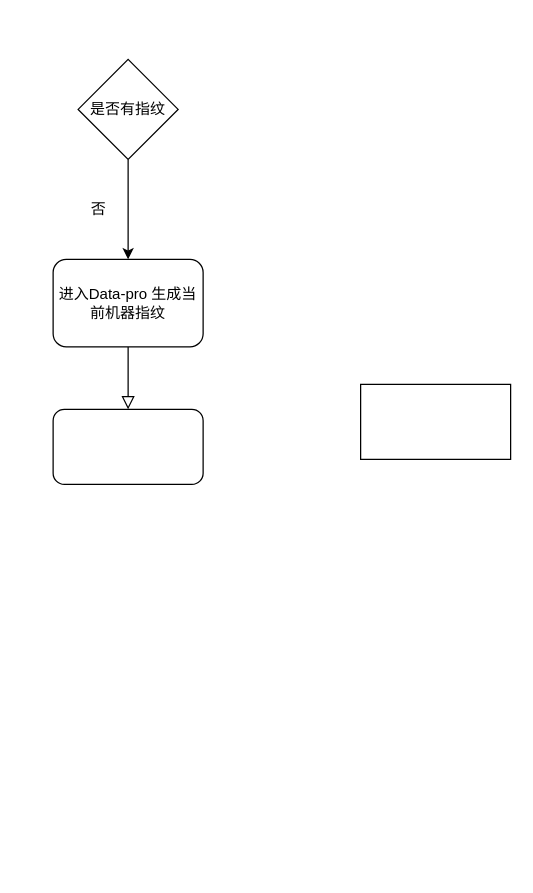
Earlier version of the draw.io diagram 未命名绘图.drawio (kitions/DrawIO). Source tidied: cells renumbered, new cells numbered last; positions are measured from the earlier drawing's top-left corner, leaving out a move shared by most shapes. Both pictures are drawn from the tidied source at 125%, with x=0, y=0 at pixel (52, 59).
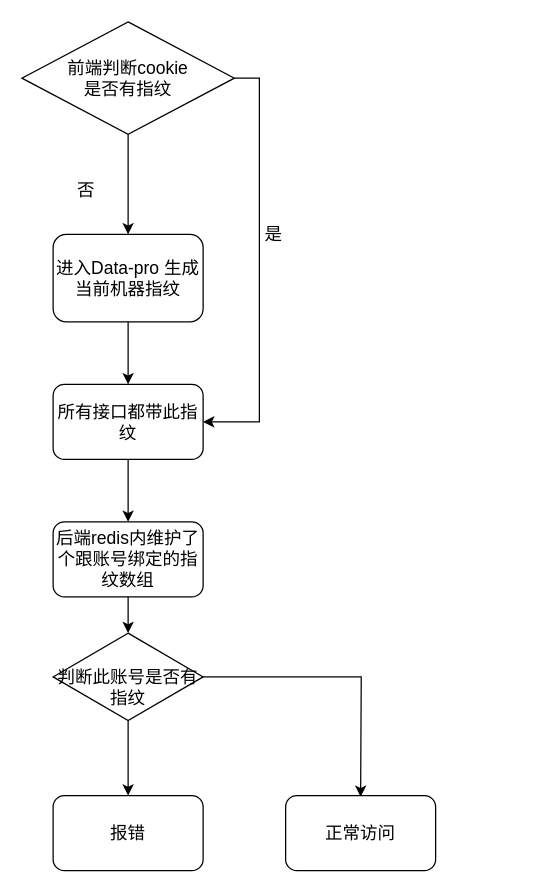
Above is the later version.

What changed in the source:
```diff
@@
 <mxGraphModel>
   <root>
     <mxCell id="0" />
     <mxCell id="1" parent="0" />
-    <mxCell id="2" style="rounded=0;html=1;jettySize=auto;fontSize=11;endArrow=block;endFill=0;endSize=8;strokeWidth=1;shadow=0;labelBackgroundColor=none;edgeStyle=orthogonalEdgeStyle;" parent="1" edge="1" source="3">
-      <mxGeometry relative="1" as="geometry">
-        <mxPoint x="60" y="280" as="targetPoint" />
-      </mxGeometry>
-    </mxCell>
+    <mxCell id="9" style="edgeStyle=orthogonalEdgeStyle;rounded=0;jettySize=auto;html=1;fontSize=14;" parent="1" edge="1" source="3" target="12">
+      <mxGeometry relative="1" as="geometry" />
+    </mxCell>
-    <mxCell id="3" value="进入Data-pro 生成当前机器指纹" style="rounded=1;whiteSpace=wrap;html=1;fontSize=12;glass=0;strokeWidth=1;shadow=0;" parent="1" vertex="1">
-      <mxGeometry y="160" width="120" height="70" as="geometry" />
+    <mxCell id="3" value="进入Data-pro 生成当前机器指纹" style="rounded=1;whiteSpace=wrap;html=1;fontSize=14;glass=0;strokeWidth=1;shadow=0;" parent="1" vertex="1">
+      <mxGeometry y="140" width="120" height="70" as="geometry" />
     </mxCell>
-    <mxCell id="4" style="rounded=1;whiteSpace=wrap;html=1;" parent="1" vertex="1">
-      <mxGeometry y="280" width="120" height="60" as="geometry" />
-    </mxCell>
-    <mxCell id="5" style="edgeStyle=orthogonalEdgeStyle;rounded=0;jettySize=auto;html=1;" parent="1" edge="1" source="6" target="3">
+    <mxCell id="5" style="edgeStyle=orthogonalEdgeStyle;rounded=0;jettySize=auto;html=1;exitX=0.5;exitY=1;exitDx=0;exitDy=0;entryX=0.5;entryY=0;entryDx=0;entryDy=0;fontSize=14;" parent="1" edge="1" source="6" target="3">
       <mxGeometry relative="1" as="geometry" />
     </mxCell>
+    <mxCell id="10" style="edgeStyle=orthogonalEdgeStyle;rounded=0;jettySize=auto;html=1;exitX=1;exitY=0.5;exitDx=0;exitDy=0;entryX=1;entryY=0.5;entryDx=0;entryDy=0;fontSize=14;" parent="1" edge="1" source="6" target="12">
+      <mxGeometry relative="1" as="geometry" />
+    </mxCell>
-    <mxCell id="6" value="是否有指纹" style="rhombus;whiteSpace=wrap;html=1;" parent="1" vertex="1">
-      <mxGeometry x="20" width="80" height="80" as="geometry" />
+    <mxCell id="6" value="前端判断cookie&lt;br&gt;是否有指纹" style="rhombus;whiteSpace=wrap;html=1;fontSize=14;" parent="1" vertex="1">
+      <mxGeometry x="-25" y="-30" width="170" height="90" as="geometry" />
     </mxCell>
-    <mxCell id="7" style="whiteSpace=wrap;html=1;" parent="1" vertex="1">
-      <mxGeometry x="246" y="260" width="120" height="60" as="geometry" />
-    </mxCell>
-    <mxCell id="8" value="否" style="text;html=1;align=center;verticalAlign=middle;strokeColor=none;fillColor=none;" parent="1" vertex="1">
-      <mxGeometry x="16" y="105" width="40" height="30" as="geometry" />
+    <mxCell id="8" value="否" style="text;html=1;align=center;verticalAlign=middle;strokeColor=none;fillColor=none;fontSize=14;" parent="1" vertex="1">
+      <mxGeometry x="6" y="90" width="40" height="30" as="geometry" />
     </mxCell>
+    <mxCell id="11" style="edgeStyle=orthogonalEdgeStyle;rounded=0;jettySize=auto;html=1;fontSize=14;" parent="1" edge="1" source="12" target="18">
+      <mxGeometry relative="1" as="geometry" />
+    </mxCell>
+    <mxCell id="12" value="所有接口都带此指纹" style="whiteSpace=wrap;html=1;rounded=1;glass=0;strokeWidth=1;shadow=0;fontSize=14;" parent="1" vertex="1">
+      <mxGeometry y="260" width="120" height="60" as="geometry" />
+    </mxCell>
+    <mxCell id="13" style="edgeStyle=orthogonalEdgeStyle;rounded=0;jettySize=auto;html=1;fontSize=14;" parent="1" edge="1" source="15" target="16">
+      <mxGeometry relative="1" as="geometry" />
+    </mxCell>
+    <mxCell id="14" style="edgeStyle=orthogonalEdgeStyle;rounded=0;jettySize=auto;html=1;exitX=1;exitY=0.5;exitDx=0;exitDy=0;fontSize=14;" parent="1" edge="1" source="15">
+      <mxGeometry relative="1" as="geometry">
+        <mxPoint x="246" y="590" as="targetPoint" />
+      </mxGeometry>
+    </mxCell>
+    <mxCell id="15" value="&lt;br style=&quot;font-size: 14px;&quot;&gt;判断此账号是否有指纹" style="rhombus;whiteSpace=wrap;html=1;fontSize=14;" parent="1" vertex="1">
+      <mxGeometry y="459" width="120" height="70" as="geometry" />
+    </mxCell>
+    <mxCell id="16" value="报错" style="rounded=1;whiteSpace=wrap;html=1;fontSize=14;" parent="1" vertex="1">
+      <mxGeometry y="589" width="120" height="60" as="geometry" />
+    </mxCell>
+    <mxCell id="17" style="edgeStyle=orthogonalEdgeStyle;rounded=0;jettySize=auto;html=1;fontSize=14;" parent="1" edge="1" source="18" target="15">
+      <mxGeometry relative="1" as="geometry" />
+    </mxCell>
+    <mxCell id="18" value="后端redis内维护了个跟账号绑定的指纹数组" style="rounded=1;whiteSpace=wrap;html=1;fontSize=14;" parent="1" vertex="1">
+      <mxGeometry y="370" width="120" height="60" as="geometry" />
+    </mxCell>
+    <mxCell id="19" value="正常访问" style="rounded=1;whiteSpace=wrap;html=1;fontSize=14;" parent="1" vertex="1">
+      <mxGeometry x="186" y="589" width="120" height="60" as="geometry" />
+    </mxCell>
+    <mxCell id="20" value="是" style="text;html=1;align=center;verticalAlign=middle;strokeColor=none;fillColor=none;fontSize=14;" parent="1" vertex="1">
+      <mxGeometry x="156" y="125" width="40" height="30" as="geometry" />
+    </mxCell>
   </root>
 </mxGraphModel>
```
